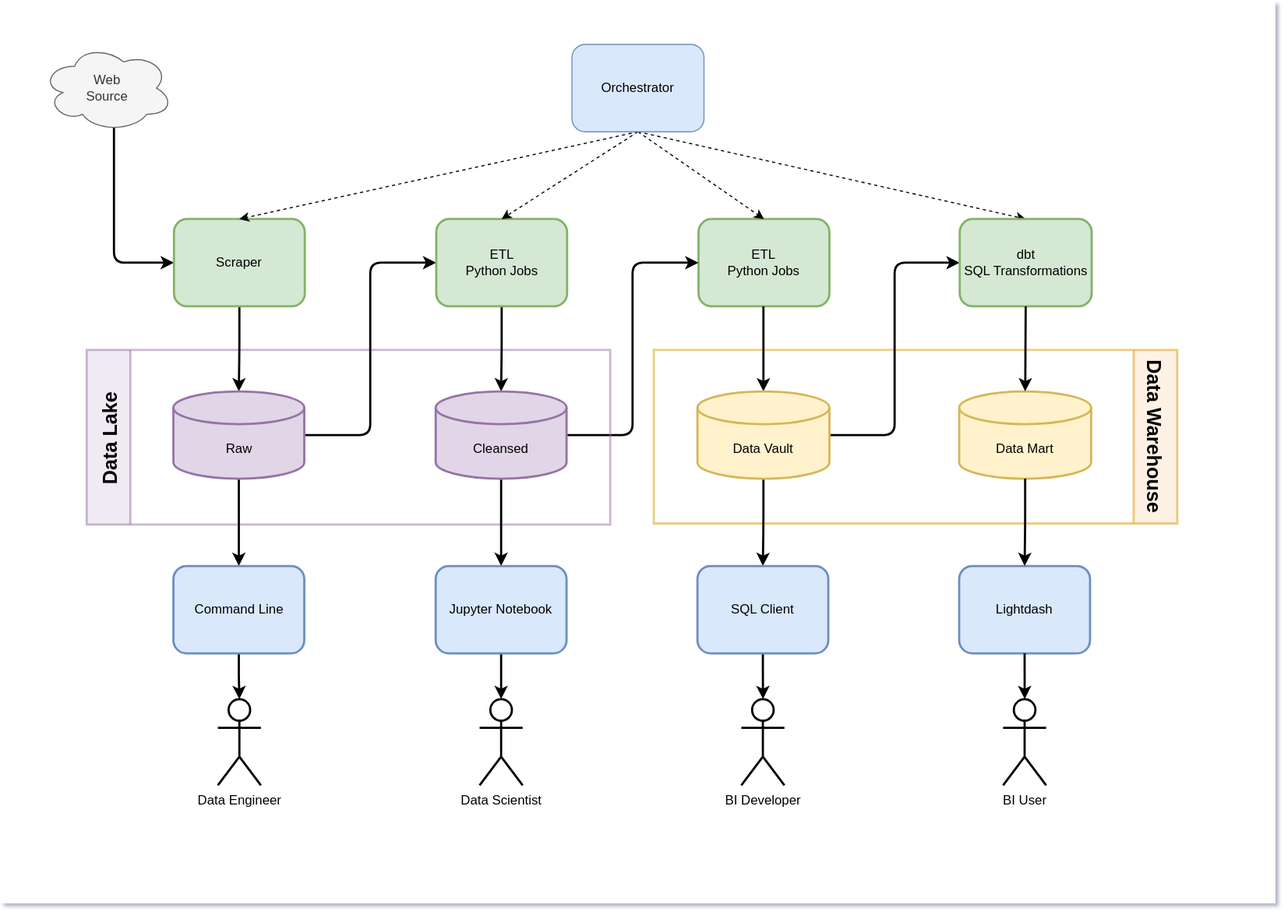
The draw.io diagram doc/architecture-overview.drawio.svg in petracarrion/job-market-analytics, before a commit. Source tidied: cells renumbered, new cells last; positions are measured from the earlier drawing's top-left corner, leaving out a move shared by most shapes.
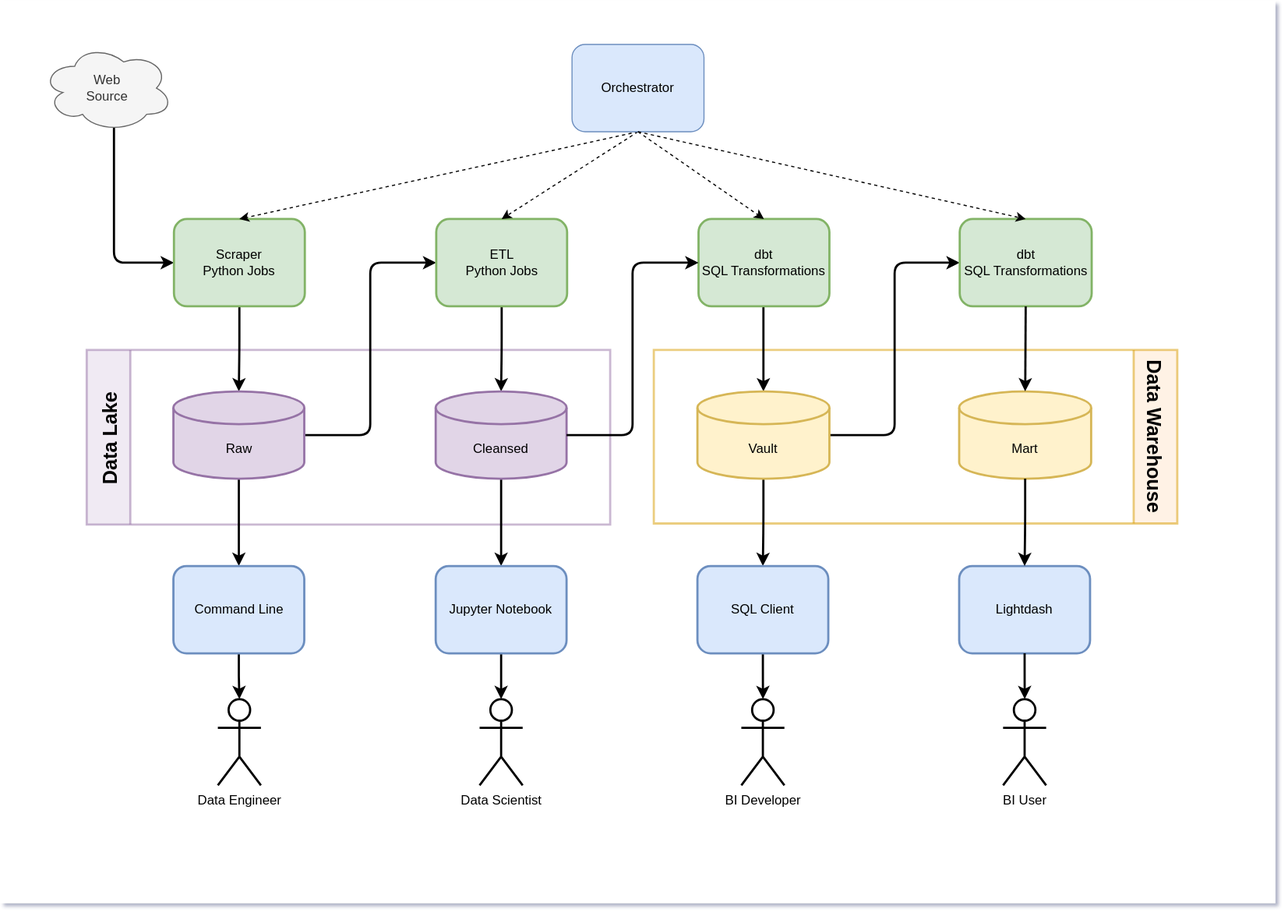
After the change.

Diff of the diagram source:
```diff
@@ -5,18 +5,6 @@
     <mxCell id="2" style="rounded=0;whiteSpace=wrap;html=1;strokeColor=none;" parent="1" vertex="1">
       <mxGeometry width="1169" height="827" as="geometry" />
     </mxCell>
-    <mxCell id="3" style="edgeStyle=none;rounded=0;jettySize=auto;html=1;entryX=0.5;entryY=0;entryDx=0;entryDy=0;exitX=0.5;exitY=1;exitDx=0;exitDy=0;dashed=1;" parent="1" edge="1" source="43" target="34">
-      <mxGeometry relative="1" as="geometry" />
-    </mxCell>
-    <mxCell id="4" value="ETL&lt;br&gt;Python Jobs" style="rounded=1;whiteSpace=wrap;html=1;fillColor=#d5e8d4;strokeColor=#82b366;strokeWidth=2;perimeterSpacing=0;" parent="1" vertex="1">
-      <mxGeometry x="640" y="200" width="120" height="80" as="geometry" />
-    </mxCell>
-    <mxCell id="5" style="edgeStyle=orthogonalEdgeStyle;rounded=1;jettySize=auto;html=1;entryX=0;entryY=0.5;entryDx=0;entryDy=0;strokeWidth=2;exitX=1;exitY=0.5;exitDx=0;exitDy=0;exitPerimeter=0;" parent="1" edge="1" source="20" target="4">
-      <mxGeometry relative="1" as="geometry" />
-    </mxCell>
-    <mxCell id="6" style="edgeStyle=none;rounded=0;jettySize=auto;html=1;entryX=0.5;entryY=0;entryDx=0;entryDy=0;exitX=0.5;exitY=1;exitDx=0;exitDy=0;dashed=1;" parent="1" edge="1" source="43" target="4">
-      <mxGeometry relative="1" as="geometry" />
-    </mxCell>
     <mxCell id="7" value="Overview" parent="0" />
     <mxCell id="8" value="Data Lake" style="swimlane;horizontal=0;fontSize=18;startSize=40;fillColor=#e1d5e7;strokeColor=#9673a6;strokeWidth=2;opacity=50;" parent="7" vertex="1">
       <mxGeometry x="79" y="320" width="480" height="160" as="geometry" />
@@ -37,7 +25,7 @@
     <mxCell id="12" style="edgeStyle=orthogonalEdgeStyle;rounded=1;jettySize=auto;html=1;strokeWidth=2;" parent="7" edge="1" source="13" target="16">
       <mxGeometry relative="1" as="geometry" />
     </mxCell>
-    <mxCell id="13" value="Scraper" style="rounded=1;whiteSpace=wrap;html=1;fillColor=#d5e8d4;strokeColor=#82b366;strokeWidth=2;perimeterSpacing=0;" parent="7" vertex="1">
+    <mxCell id="13" value="Scraper&lt;br&gt;Python Jobs" style="rounded=1;whiteSpace=wrap;html=1;fillColor=#d5e8d4;strokeColor=#82b366;strokeWidth=2;perimeterSpacing=0;" parent="7" vertex="1">
       <mxGeometry x="159" y="200" width="120" height="80" as="geometry" />
     </mxCell>
     <mxCell id="14" style="edgeStyle=orthogonalEdgeStyle;rounded=1;jettySize=auto;html=1;entryX=0;entryY=0.5;entryDx=0;entryDy=0;strokeWidth=2;" parent="7" edge="1" source="16" target="18">
@@ -72,7 +60,7 @@
     <mxCell id="23" style="edgeStyle=orthogonalEdgeStyle;rounded=1;sketch=0;jumpStyle=arc;jettySize=auto;html=1;entryX=0;entryY=0.5;entryDx=0;entryDy=0;shadow=0;fontSize=18;fontColor=#E6E6E6;strokeWidth=2;" parent="7" edge="1" source="24" target="34">
       <mxGeometry relative="1" as="geometry" />
     </mxCell>
-    <mxCell id="24" value="Data Vault" style="shape=cylinder3;whiteSpace=wrap;html=1;boundedLbl=1;backgroundOutline=1;size=15;fillColor=#fff2cc;strokeColor=#d6b656;strokeWidth=2;perimeterSpacing=0;" parent="7" vertex="1">
+    <mxCell id="24" value="Vault" style="shape=cylinder3;whiteSpace=wrap;html=1;boundedLbl=1;backgroundOutline=1;size=15;fillColor=#fff2cc;strokeColor=#d6b656;strokeWidth=2;perimeterSpacing=0;" parent="7" vertex="1">
       <mxGeometry x="639" y="358" width="121" height="80" as="geometry" />
     </mxCell>
     <mxCell id="25" style="edgeStyle=orthogonalEdgeStyle;rounded=1;jettySize=auto;html=1;strokeWidth=2;" parent="7" edge="1" source="26" target="27">
@@ -105,7 +93,7 @@
     <mxCell id="34" value="dbt&lt;br&gt;SQL Transformations" style="rounded=1;whiteSpace=wrap;html=1;fillColor=#d5e8d4;strokeColor=#82b366;strokeWidth=2;perimeterSpacing=0;" parent="7" vertex="1">
       <mxGeometry x="879.5" y="200" width="121" height="80" as="geometry" />
     </mxCell>
-    <mxCell id="35" value="Data Mart" style="shape=cylinder3;whiteSpace=wrap;html=1;boundedLbl=1;backgroundOutline=1;size=15;fillColor=#fff2cc;strokeColor=#d6b656;strokeWidth=2;perimeterSpacing=0;" parent="7" vertex="1">
+    <mxCell id="35" value="Mart" style="shape=cylinder3;whiteSpace=wrap;html=1;boundedLbl=1;backgroundOutline=1;size=15;fillColor=#fff2cc;strokeColor=#d6b656;strokeWidth=2;perimeterSpacing=0;" parent="7" vertex="1">
       <mxGeometry x="879" y="358" width="121" height="80" as="geometry" />
     </mxCell>
     <mxCell id="36" style="edgeStyle=orthogonalEdgeStyle;rounded=1;jettySize=auto;html=1;entryX=0.5;entryY=0;entryDx=0;entryDy=0;entryPerimeter=0;strokeWidth=2;jumpStyle=arc;shadow=0;sketch=0;" parent="7" edge="1" source="34" target="35">
@@ -132,5 +120,19 @@
     <mxCell id="43" value="Orchestrator" style="rounded=1;whiteSpace=wrap;html=1;fillColor=#dae8fc;strokeColor=#6c8ebf;" parent="7" vertex="1">
       <mxGeometry x="524" y="40" width="121" height="80" as="geometry" />
     </mxCell>
+    <mxCell id="44" value="dbt&lt;br&gt;SQL Transformations" style="rounded=1;whiteSpace=wrap;html=1;fillColor=#d5e8d4;strokeColor=#82b366;strokeWidth=2;perimeterSpacing=0;" parent="7" vertex="1">
+      <mxGeometry x="640" y="200" width="120" height="80" as="geometry" />
+    </mxCell>
+    <mxCell id="45" style="edgeStyle=none;rounded=0;jettySize=auto;html=1;entryX=0.5;entryY=0;entryDx=0;entryDy=0;exitX=0.5;exitY=1;exitDx=0;exitDy=0;dashed=1;" parent="7" edge="1" source="43" target="44">
+      <mxGeometry relative="1" as="geometry" />
+    </mxCell>
+    <mxCell id="46" style="edgeStyle=none;rounded=0;jettySize=auto;html=1;exitX=0.5;exitY=1;exitDx=0;exitDy=0;dashed=1;entryX=0.5;entryY=0;entryDx=0;entryDy=0;" parent="7" edge="1" target="34">
+      <mxGeometry relative="1" as="geometry">
+        <mxPoint x="584.5" y="120" as="sourcePoint" />
+      </mxGeometry>
+    </mxCell>
+    <mxCell id="47" style="edgeStyle=orthogonalEdgeStyle;rounded=1;jettySize=auto;html=1;entryX=0;entryY=0.5;entryDx=0;entryDy=0;strokeWidth=2;exitX=1;exitY=0.5;exitDx=0;exitDy=0;exitPerimeter=0;" parent="7" edge="1" source="20" target="44">
+      <mxGeometry relative="1" as="geometry" />
+    </mxCell>
   </root>
 </mxGraphModel>
```
